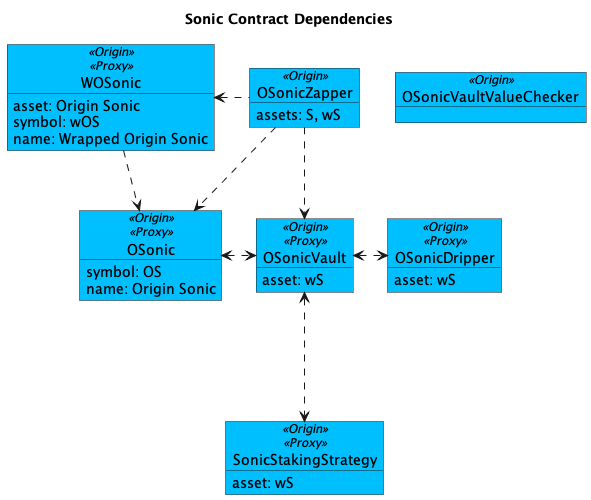
Before: contracts/docs/plantuml/sonicContracts.png, a diagram exported from PlantUML (OriginProtocol/origin-dollar).
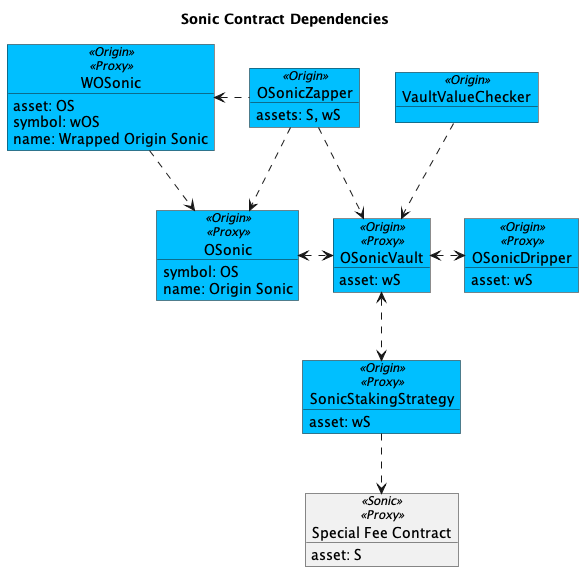
Later version of the same file.

Commit message:
Added VaultValueChecker to Sonic deploy script

Change to the diagram source:
```diff
@@ -13,7 +13,7 @@
 }
 
 object "WOSonic" as wos <<Origin>><<Proxy>> #$originColor {
-    asset: Origin Sonic
+    asset: OS
     symbol: wOS
     name: Wrapped Origin Sonic
 }
@@ -22,7 +22,7 @@
     asset: wS
 }
 
-object "OSonicVaultValueChecker" as checker <<Origin>> #$originColor {
+object "VaultValueChecker" as checker <<Origin>> #$originColor {
 }
 
 object "OSonic" as os <<Origin>><<Proxy>> #$originColor {
@@ -39,14 +39,22 @@
 }
 
 
+object "Special Fee Contract" as sfc <<Sonic>><<Proxy>> {
+    asset: S
+}
+
+
 wos <. zap
 zap ..> os
 zap ..> vault
 
+checker ..> vault
+
 wos ..> os
 os <.> vault
 vault <.> drip
-vault <...> stakeStrat
+vault <..> stakeStrat
+stakeStrat ..> sfc
 
 
 @enduml
```
